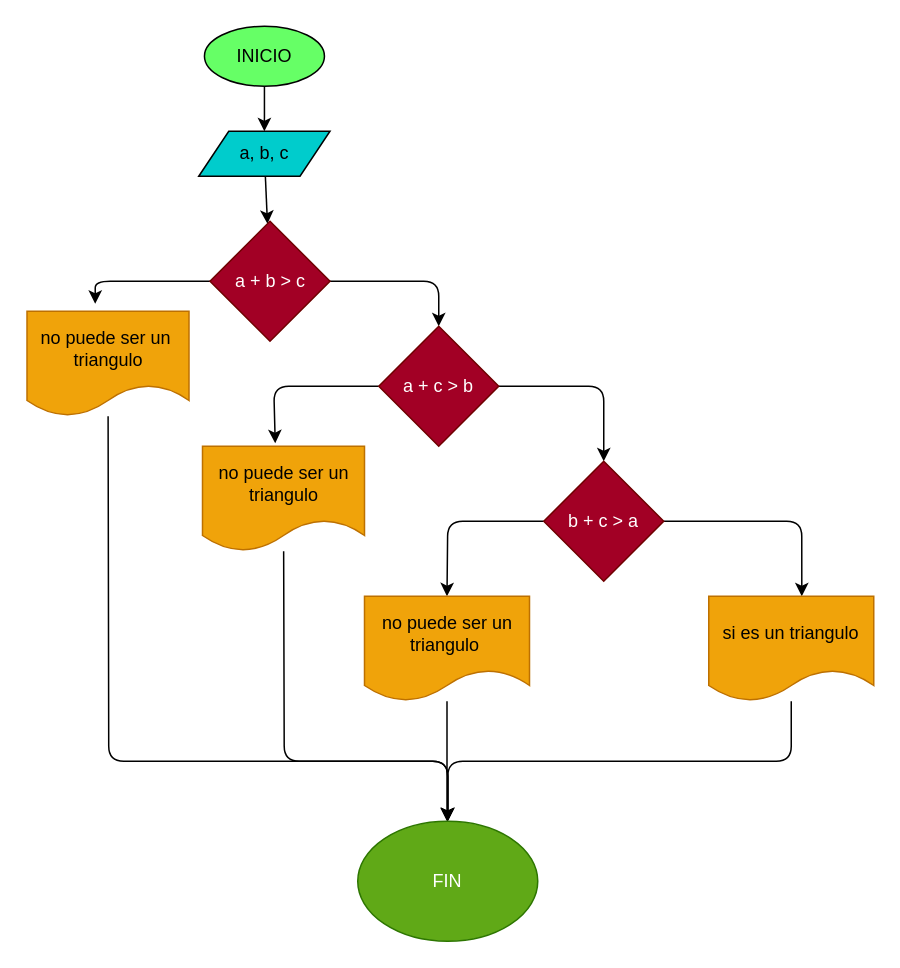
The draw.io diagram diagrama.drawio in sistemas-colegio-guanenta/quiz-condicionales-SebasF10, before the edit. Source tidied: cells renumbered, new cells numbered last; positions are measured from the earlier drawing's top-left corner, leaving out a move shared by most shapes. Both pictures are drawn from the tidied source at 150%, with x=0, y=0 at pixel (27, 26).
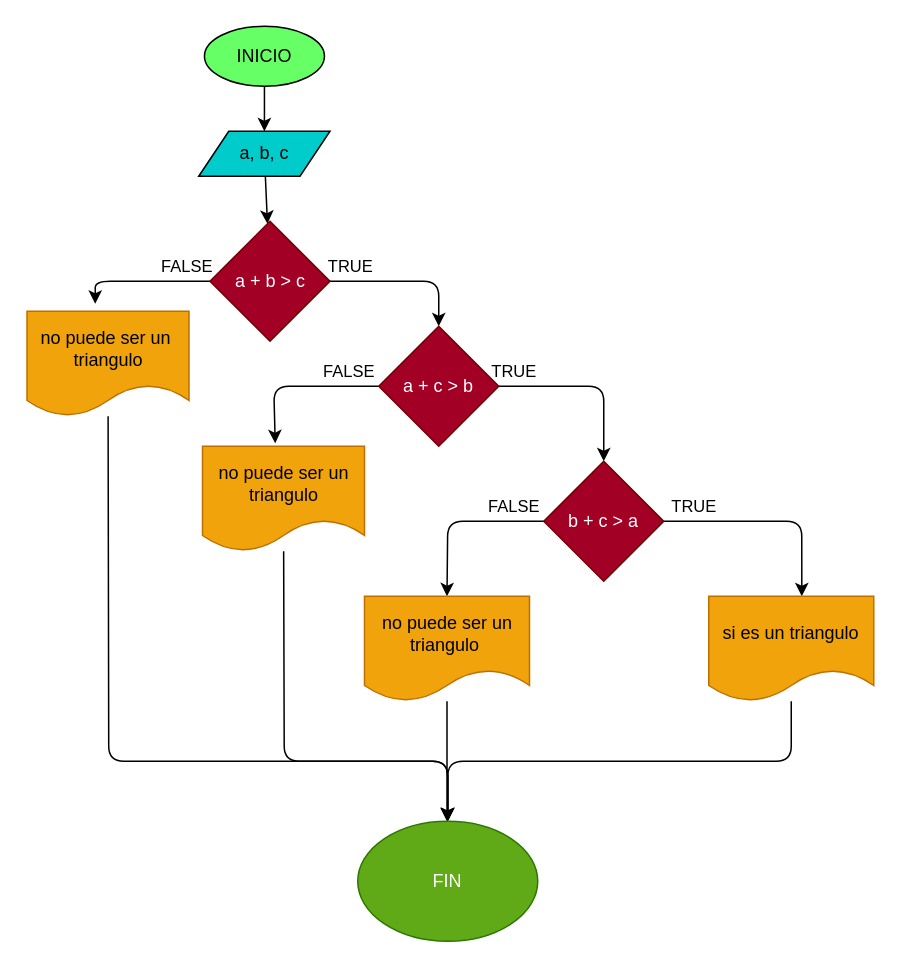
After the change.

Commit message (it also covers changes not shown here):
se realizo programacion

The change refers to these unchanged cells:
```xml
<mxCell id="8" value="a + b &amp;gt; c" style="rhombus;whiteSpace=wrap;html=1;fillColor=#a20025;fontColor=#ffffff;strokeColor=#6F0000;" parent="1" vertex="1">
  <mxGeometry x="121.5" y="130" width="80" height="80" as="geometry" />
</mxCell>
<mxCell id="11" value="a + c &amp;gt; b" style="rhombus;whiteSpace=wrap;html=1;fillColor=#a20025;fontColor=#ffffff;strokeColor=#6F0000;" parent="1" vertex="1">
  <mxGeometry x="234" y="200" width="80" height="80" as="geometry" />
</mxCell>
<mxCell id="14" value="b + c &amp;gt; a" style="rhombus;whiteSpace=wrap;html=1;fillColor=#a20025;fontColor=#ffffff;strokeColor=#6F0000;" parent="1" vertex="1">
  <mxGeometry x="344" y="290" width="80" height="80" as="geometry" />
</mxCell>
<mxCell id="16" value="si es un triangulo" style="shape=document;whiteSpace=wrap;html=1;boundedLbl=1;fillColor=#f0a30a;fontColor=#000000;strokeColor=#BD7000;" parent="1" vertex="1">
  <mxGeometry x="454" y="380" width="110" height="70" as="geometry" />
</mxCell>
<mxCell id="18" value="no puede ser un&lt;br&gt;triangulo&amp;nbsp;" style="shape=document;whiteSpace=wrap;html=1;boundedLbl=1;fillColor=#f0a30a;fontColor=#000000;strokeColor=#BD7000;" parent="1" vertex="1">
  <mxGeometry x="224.5" y="380" width="110" height="70" as="geometry" />
</mxCell>
<mxCell id="20" value="no puede ser un&lt;br&gt;triangulo" style="shape=document;whiteSpace=wrap;html=1;boundedLbl=1;fillColor=#f0a30a;fontColor=#000000;strokeColor=#BD7000;" parent="1" vertex="1">
  <mxGeometry x="116.5" y="280" width="108" height="70" as="geometry" />
</mxCell>
<mxCell id="22" value="no puede ser un&amp;nbsp;&lt;br&gt;triangulo" style="shape=document;whiteSpace=wrap;html=1;boundedLbl=1;fillColor=#f0a30a;fontColor=#000000;strokeColor=#BD7000;" parent="1" vertex="1">
  <mxGeometry x="-0.5" y="190" width="108" height="70" as="geometry" />
</mxCell>
```

Change to the diagram source:
```diff
@@
-    <mxCell id="6" style="edgeStyle=none;html=1;" parent="1" edge="1" source="8" target="11">
-      <mxGeometry relative="1" as="geometry">
+    <mxCell id="6" value="TRUE" style="edgeStyle=none;html=1;" parent="1" edge="1" source="8" target="11">
+      <mxGeometry x="-0.76" y="10" relative="1" as="geometry">
         <Array as="points">
           <mxPoint x="274" y="170" />
         </Array>
+        <mxPoint x="1" as="offset" />
       </mxGeometry>
     </mxCell>
-    <mxCell id="7" style="edgeStyle=none;html=1;entryX=0.421;entryY=-0.071;entryDx=0;entryDy=0;entryPerimeter=0;" parent="1" edge="1" source="8" target="22">
-      <mxGeometry relative="1" as="geometry">
+    <mxCell id="7" value="FALSE" style="edgeStyle=none;html=1;entryX=0.421;entryY=-0.071;entryDx=0;entryDy=0;entryPerimeter=0;" parent="1" edge="1" source="8" target="22">
+      <mxGeometry x="-0.62" y="-10" relative="1" as="geometry">
         <Array as="points">
           <mxPoint x="45" y="170" />
         </Array>
+        <mxPoint x="1" as="offset" />
       </mxGeometry>
     </mxCell>
@@
-    <mxCell id="9" style="edgeStyle=none;html=1;" parent="1" edge="1" source="11" target="14">
-      <mxGeometry relative="1" as="geometry">
+    <mxCell id="9" value="TRUE" style="edgeStyle=none;html=1;" parent="1" edge="1" source="11" target="14">
+      <mxGeometry x="-0.83" y="10" relative="1" as="geometry">
         <Array as="points">
           <mxPoint x="384" y="240" />
         </Array>
       </mxGeometry>
     </mxCell>
-    <mxCell id="10" style="edgeStyle=none;html=1;entryX=0.449;entryY=-0.029;entryDx=0;entryDy=0;entryPerimeter=0;" parent="1" edge="1" source="11" target="20">
-      <mxGeometry relative="1" as="geometry">
+    <mxCell id="10" value="FALSE" style="edgeStyle=none;html=1;entryX=0.449;entryY=-0.029;entryDx=0;entryDy=0;entryPerimeter=0;" parent="1" edge="1" source="11" target="20">
+      <mxGeometry x="-0.63" y="-10" relative="1" as="geometry">
         <Array as="points">
           <mxPoint x="164" y="240" />
         </Array>
       </mxGeometry>
     </mxCell>
@@
-    <mxCell id="12" style="edgeStyle=none;html=1;entryX=0.5;entryY=0;entryDx=0;entryDy=0;" parent="1" edge="1" source="14" target="18">
-      <mxGeometry relative="1" as="geometry">
+    <mxCell id="12" value="FALSE" style="edgeStyle=none;html=1;entryX=0.5;entryY=0;entryDx=0;entryDy=0;" parent="1" edge="1" source="14" target="18">
+      <mxGeometry x="-0.65" y="-10" relative="1" as="geometry">
         <Array as="points">
           <mxPoint x="280" y="330" />
         </Array>
       </mxGeometry>
     </mxCell>
-    <mxCell id="13" style="edgeStyle=none;html=1;entryX=0.564;entryY=0;entryDx=0;entryDy=0;entryPerimeter=0;" parent="1" edge="1" source="14" target="16">
-      <mxGeometry relative="1" as="geometry">
+    <mxCell id="13" value="TRUE" style="edgeStyle=none;html=1;entryX=0.564;entryY=0;entryDx=0;entryDy=0;entryPerimeter=0;" parent="1" edge="1" source="14" target="16">
+      <mxGeometry x="-0.72" y="10" relative="1" as="geometry">
         <Array as="points">
           <mxPoint x="516" y="330" />
         </Array>
       </mxGeometry>
     </mxCell>
```
